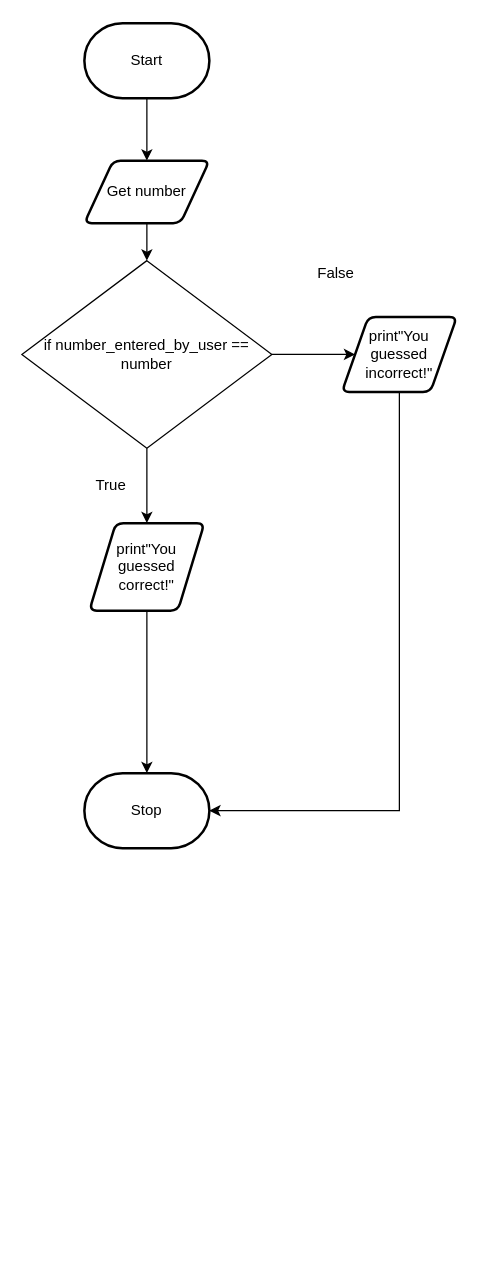
The draw.io diagram flowchart.drawio in michael-clermont1/-ICS3U-Unit3-03-Python, before the edit. Source tidied: cells renumbered, new cells numbered last; positions are measured from the earlier drawing's top-left corner, leaving out a move shared by most shapes. Both pictures are drawn from the tidied source at 125%, with x=0, y=0 at pixel (21, 22).
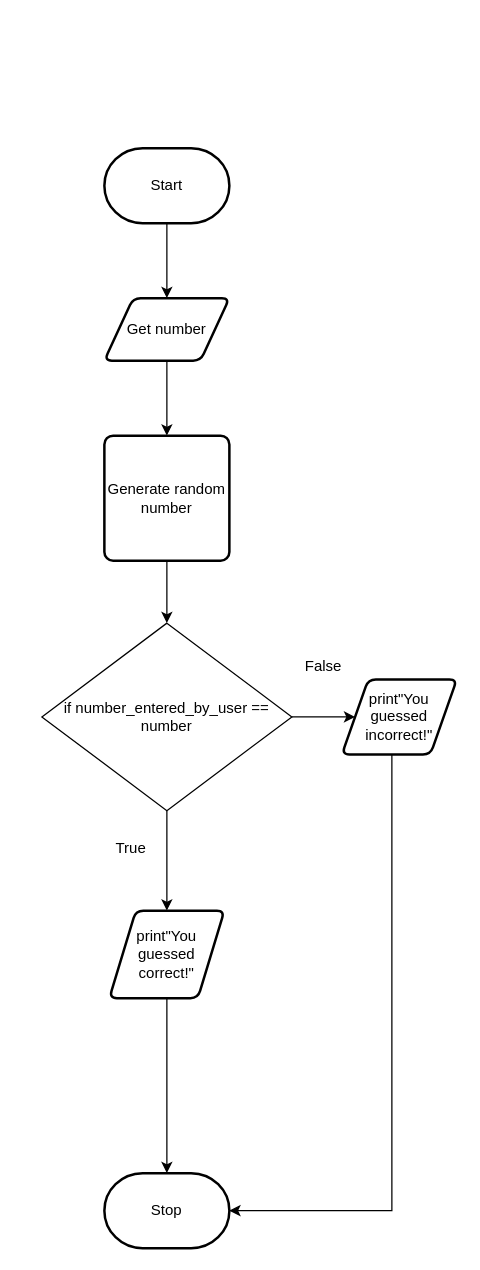
Above is the later version.

What changed in the source:
```diff
@@
 <mxGraphModel>
   <root>
     <mxCell id="0" />
     <mxCell id="1" parent="0" />
-    <mxCell id="2" style="edgeStyle=none;html=1;entryX=0.5;entryY=0;entryDx=0;entryDy=0;" parent="1" edge="1" source="3" target="13">
-      <mxGeometry relative="1" as="geometry" />
-    </mxCell>
+    <mxCell id="16" style="edgeStyle=orthogonalEdgeStyle;rounded=0;html=1;exitX=0.5;exitY=1;exitDx=0;exitDy=0;entryX=0.5;entryY=0;entryDx=0;entryDy=0;" parent="1" edge="1" source="3" target="18">
+      <mxGeometry relative="1" as="geometry" />
+    </mxCell>
     <mxCell id="3" value="Get number" style="shape=parallelogram;html=1;strokeWidth=2;perimeter=parallelogramPerimeter;whiteSpace=wrap;rounded=1;arcSize=12;size=0.23;" parent="1" vertex="1">
-      <mxGeometry x="50" y="110" width="100" height="50" as="geometry" />
+      <mxGeometry x="66" y="220" width="100" height="50" as="geometry" />
     </mxCell>
-    <mxCell id="4" style="edgeStyle=orthogonalEdgeStyle;html=1;entryX=0.5;entryY=0;entryDx=0;entryDy=0;rounded=0;" parent="1" edge="1" source="5" target="3">
+    <mxCell id="4" style="edgeStyle=orthogonalEdgeStyle;rounded=0;html=1;entryX=0.5;entryY=0;entryDx=0;entryDy=0;" parent="1" edge="1" source="5" target="3">
       <mxGeometry relative="1" as="geometry" />
     </mxCell>
     <mxCell id="5" value="Start" style="strokeWidth=2;html=1;shape=mxgraph.flowchart.terminator;whiteSpace=wrap;" parent="1" vertex="1">
-      <mxGeometry x="50" width="100" height="60" as="geometry" />
+      <mxGeometry x="66" y="100" width="100" height="60" as="geometry" />
     </mxCell>
     <mxCell id="6" value="Stop" style="strokeWidth=2;html=1;shape=mxgraph.flowchart.terminator;whiteSpace=wrap;" parent="1" vertex="1">
-      <mxGeometry x="50" y="600" width="100" height="60" as="geometry" />
+      <mxGeometry x="66" y="920" width="100" height="60" as="geometry" />
     </mxCell>
     <mxCell id="7" style="edgeStyle=orthogonalEdgeStyle;rounded=0;html=1;entryX=0.5;entryY=0;entryDx=0;entryDy=0;entryPerimeter=0;" parent="1" edge="1" source="8" target="6">
       <mxGeometry relative="1" as="geometry" />
     </mxCell>
     <mxCell id="8" value="print&quot;You guessed correct!&quot;" style="shape=parallelogram;html=1;strokeWidth=2;perimeter=parallelogramPerimeter;whiteSpace=wrap;rounded=1;arcSize=12;size=0.23;" parent="1" vertex="1">
-      <mxGeometry x="54" y="400" width="92" height="70" as="geometry" />
+      <mxGeometry x="70" y="710" width="92" height="70" as="geometry" />
     </mxCell>
-    <mxCell id="9" style="edgeStyle=orthogonalEdgeStyle;html=1;entryX=1;entryY=0.5;entryDx=0;entryDy=0;entryPerimeter=0;rounded=0;" parent="1" edge="1" source="10" target="6">
+    <mxCell id="9" style="edgeStyle=orthogonalEdgeStyle;rounded=0;html=1;entryX=1;entryY=0.5;entryDx=0;entryDy=0;entryPerimeter=0;" parent="1" edge="1" source="10" target="6">
       <mxGeometry relative="1" as="geometry">
         <Array as="points">
-          <mxPoint x="302" y="630" />
+          <mxPoint x="296" y="950" />
         </Array>
       </mxGeometry>
     </mxCell>
     <mxCell id="10" value="print&quot;You guessed incorrect!&quot;" style="shape=parallelogram;html=1;strokeWidth=2;perimeter=parallelogramPerimeter;whiteSpace=wrap;rounded=1;arcSize=12;size=0.23;" parent="1" vertex="1">
-      <mxGeometry x="256" y="235" width="92" height="60" as="geometry" />
+      <mxGeometry x="256" y="525" width="92" height="60" as="geometry" />
     </mxCell>
     <mxCell id="11" style="edgeStyle=none;html=1;entryX=0.5;entryY=0;entryDx=0;entryDy=0;" parent="1" edge="1" source="13" target="8">
       <mxGeometry relative="1" as="geometry" />
     </mxCell>
     <mxCell id="12" style="edgeStyle=orthogonalEdgeStyle;html=1;entryX=0;entryY=0.5;entryDx=0;entryDy=0;" parent="1" edge="1" source="13" target="10">
       <mxGeometry relative="1" as="geometry" />
     </mxCell>
     <mxCell id="13" value="&lt;span&gt;if number_entered_by_user == number&lt;/span&gt;" style="rhombus;whiteSpace=wrap;html=1;" parent="1" vertex="1">
-      <mxGeometry y="190" width="200" height="150" as="geometry" />
+      <mxGeometry x="16" y="480" width="200" height="150" as="geometry" />
     </mxCell>
     <mxCell id="14" value="False" style="text;html=1;align=center;verticalAlign=middle;fillColor=none;strokeColor=none;rounded=0;" parent="1" vertex="1">
-      <mxGeometry x="226" y="190" width="50" height="20" as="geometry" />
+      <mxGeometry x="216" y="505" width="50" height="20" as="geometry" />
     </mxCell>
     <mxCell id="15" value="True" style="text;html=1;align=center;verticalAlign=middle;fillColor=none;strokeColor=none;rounded=0;" parent="1" vertex="1">
-      <mxGeometry x="51" y="360" width="40" height="20" as="geometry" />
+      <mxGeometry x="67" y="650" width="40" height="20" as="geometry" />
     </mxCell>
+    <mxCell id="17" style="edgeStyle=orthogonalEdgeStyle;rounded=0;html=1;entryX=0.5;entryY=0;entryDx=0;entryDy=0;" parent="1" edge="1" source="18" target="13">
+      <mxGeometry relative="1" as="geometry" />
+    </mxCell>
+    <mxCell id="18" value="Generate random number" style="rounded=1;whiteSpace=wrap;html=1;absoluteArcSize=1;arcSize=14;strokeWidth=2;" parent="1" vertex="1">
+      <mxGeometry x="66" y="330" width="100" height="100" as="geometry" />
+    </mxCell>
   </root>
 </mxGraphModel>
```
